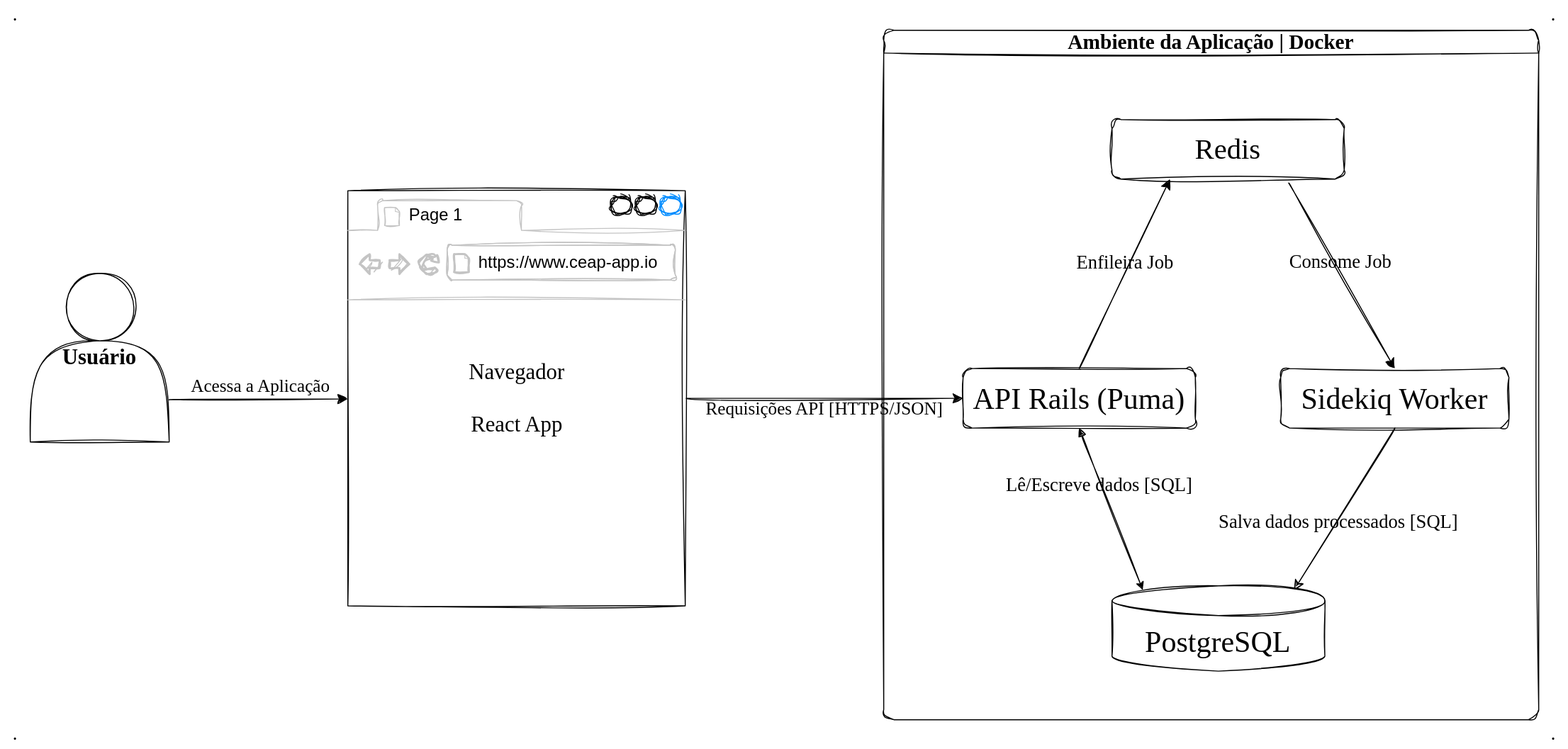
This is docs/images/architecture.svg from arnaldoaguiarp/ceap-app, a draw.io export, as it was before one commit. Source tidied: cells renumbered, new cells last; positions are measured from the earlier drawing's top-left corner, leaving out a move shared by most shapes.
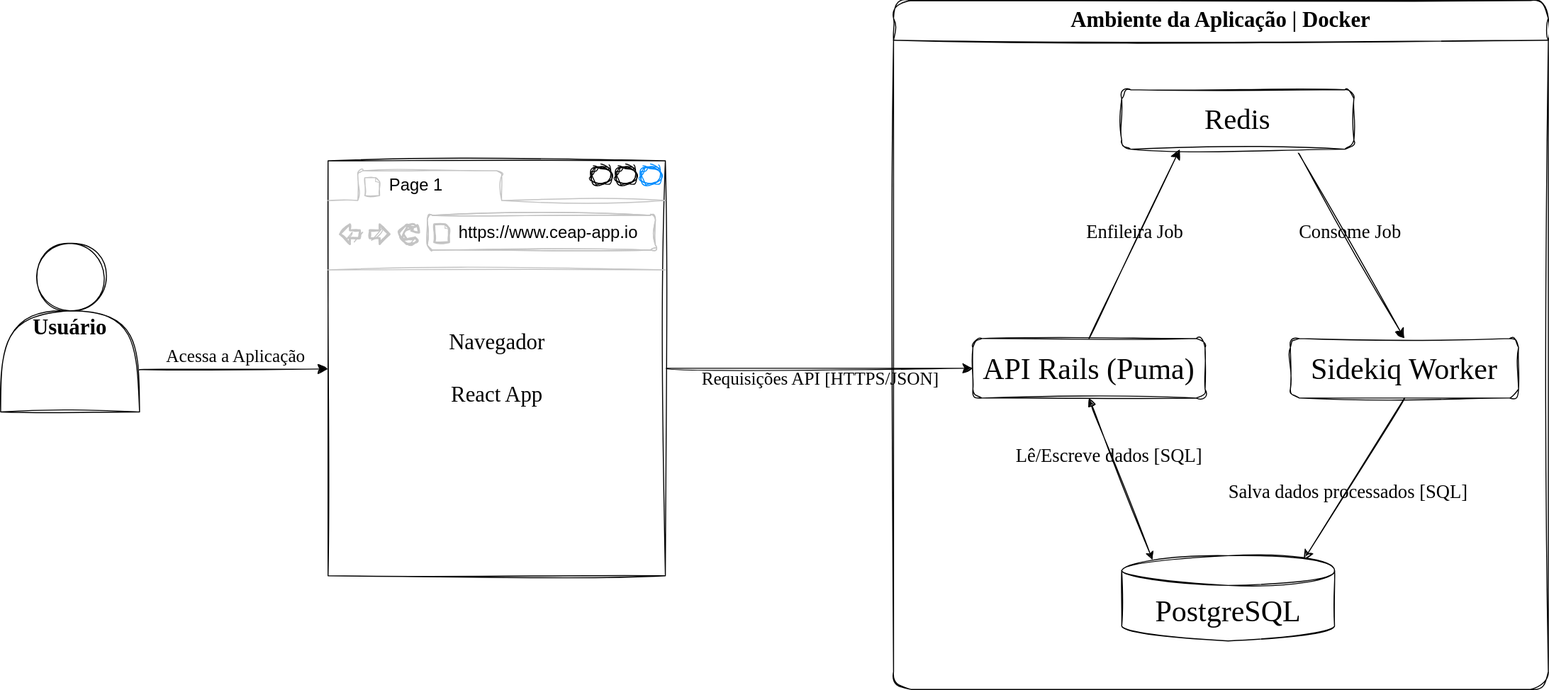
After the commit.

Change to the diagram source:
```diff
@@ -11,7 +11,7 @@
     <mxCell id="4" value="&#10;Salva dados processados [SQL]&#10;&#10;" style="edgeStyle=none;curved=1;rounded=1;jettySize=auto;html=1;entryX=0.855;entryY=0;entryDx=0;entryDy=4.35;entryPerimeter=0;fontSize=19;startSize=8;endSize=8;exitX=0.5;exitY=1;exitDx=0;exitDy=0;labelBackgroundColor=none;fontColor=default;sketch=1;curveFitting=1;jiggle=2;fontFamily=Architects Daughter;fontSource=https%3A%2F%2Ffonts.googleapis.com%2Fcss%3Ffamily%3DArchitects%2BDaughter;" parent="1" edge="1" source="2" target="6">
       <mxGeometry x="0.25" y="7" relative="1" as="geometry" />
     </mxCell>
-    <mxCell id="5" value="Ambiente da Aplicação | Docker" style="swimlane;whiteSpace=wrap;html=1;rounded=1;labelBackgroundColor=none;sketch=1;curveFitting=1;jiggle=2;fontSize=21;fontFamily=Architects Daughter;fontSource=https%3A%2F%2Ffonts.googleapis.com%2Fcss%3Ffamily%3DArchitects%2BDaughter;" parent="1" vertex="1">
+    <mxCell id="5" value="&lt;font style=&quot;font-size: 22px;&quot;&gt;Ambiente da Aplicação | Docker&lt;/font&gt;" style="swimlane;whiteSpace=wrap;html=1;rounded=1;labelBackgroundColor=none;sketch=1;curveFitting=1;jiggle=2;fontSize=21;fontFamily=Architects Daughter;fontSource=https%3A%2F%2Ffonts.googleapis.com%2Fcss%3Ffamily%3DArchitects%2BDaughter;startSize=40;" parent="1" vertex="1">
       <mxGeometry x="890" y="30" width="660" height="695" as="geometry" />
     </mxCell>
     <mxCell id="6" value="PostgreSQL" style="shape=cylinder3;whiteSpace=wrap;html=1;boundedLbl=1;backgroundOutline=1;size=15;rounded=1;labelBackgroundColor=none;sketch=1;curveFitting=1;jiggle=2;fontSize=30;fontFamily=Architects Daughter;fontSource=https%3A%2F%2Ffonts.googleapis.com%2Fcss%3Ffamily%3DArchitects%2BDaughter;" parent="5" vertex="1">
@@ -29,11 +29,8 @@
     <mxCell id="10" value="&#10;Enfileira Job&#10;&#10;" style="edgeStyle=none;curved=1;rounded=1;jettySize=auto;html=1;exitX=0.5;exitY=0;exitDx=0;exitDy=0;entryX=0.25;entryY=1;entryDx=0;entryDy=0;fontSize=19;startSize=8;endSize=8;labelBackgroundColor=none;fontColor=default;sketch=1;curveFitting=1;jiggle=2;fontFamily=Architects Daughter;fontSource=https%3A%2F%2Ffonts.googleapis.com%2Fcss%3Ffamily%3DArchitects%2BDaughter;" parent="5" edge="1" source="7" target="9">
       <mxGeometry relative="1" as="geometry" />
     </mxCell>
-    <mxCell id="11" value="." style="text;html=1;align=center;verticalAlign=middle;whiteSpace=wrap;rounded=1;fontFamily=Architects Daughter;fontSource=https%3A%2F%2Ffonts.googleapis.com%2Fcss%3Ffamily%3DArchitects%2BDaughter;labelBackgroundColor=none;sketch=1;curveFitting=1;jiggle=2;fontSize=19;" parent="1" vertex="1">
-      <mxGeometry x="1550" width="30" height="30" as="geometry" />
-    </mxCell>
     <mxCell id="12" value="&lt;font style=&quot;font-size: 22px;&quot;&gt;Usuário&lt;/font&gt;" style="shape=actor;whiteSpace=wrap;html=1;rounded=1;sketch=1;jiggle=2;curveFitting=1;strokeColor=default;align=center;verticalAlign=middle;fontFamily=Architects Daughter;fontSize=19;fontColor=default;fontStyle=1;labelBackgroundColor=none;fillColor=default;fontSource=https%3A%2F%2Ffonts.googleapis.com%2Fcss%3Ffamily%3DArchitects%2BDaughter;" parent="1" vertex="1">
-      <mxGeometry x="30" y="275" width="140" height="170" as="geometry" />
+      <mxGeometry x="-10" y="275" width="140" height="170" as="geometry" />
     </mxCell>
     <mxCell id="13" value="&lt;font style=&quot;font-size: 18px;&quot; face=&quot;Architects Daughter&quot;&gt;Acessa a Aplicação&amp;nbsp;&lt;/font&gt;" style="edgeStyle=none;curved=1;rounded=1;jettySize=auto;html=1;fontSize=12;startSize=8;endSize=8;labelBackgroundColor=none;fontColor=default;sketch=1;curveFitting=1;jiggle=2;exitX=1;exitY=0.75;exitDx=0;exitDy=0;" parent="1" edge="1" source="12" target="15">
       <mxGeometry x="0.03" y="13" relative="1" as="geometry">
@@ -44,7 +41,7 @@
       <mxGeometry relative="1" as="geometry" />
     </mxCell>
     <mxCell id="15" value="&lt;font style=&quot;font-size: 22px;&quot; face=&quot;Architects Daughter&quot;&gt;Navegador&lt;/font&gt;&lt;div&gt;&lt;font style=&quot;font-size: 22px;&quot; face=&quot;Architects Daughter&quot;&gt;&lt;br&gt;React App&lt;/font&gt;&lt;/div&gt;" style="strokeWidth=1;shadow=0;dashed=0;align=center;html=1;shape=mxgraph.mockup.containers.browserWindow;rSize=0;strokeColor2=#008cff;strokeColor3=#c4c4c4;mainText=,;rounded=1;labelBackgroundColor=none;sketch=1;curveFitting=1;jiggle=2;" parent="1" vertex="1">
-      <mxGeometry x="350" y="191.8" width="340" height="418.5" as="geometry" />
+      <mxGeometry x="320" y="191.8" width="340" height="418.5" as="geometry" />
     </mxCell>
     <mxCell id="16" value="Page 1" style="strokeWidth=1;shadow=0;dashed=0;align=center;html=1;shape=mxgraph.mockup.containers.anchor;fontSize=17;align=left;whiteSpace=wrap;rounded=1;labelBackgroundColor=none;sketch=1;curveFitting=1;jiggle=2;" parent="15" vertex="1">
       <mxGeometry x="60" y="12" width="110" height="26" as="geometry" />
@@ -52,14 +49,5 @@
     <mxCell id="17" value="https://www.ceap-app.io" style="strokeWidth=1;shadow=0;dashed=0;align=center;html=1;shape=mxgraph.mockup.containers.anchor;rSize=0;fontSize=17;align=left;rounded=1;labelBackgroundColor=none;sketch=1;curveFitting=1;jiggle=2;" parent="15" vertex="1">
       <mxGeometry x="130" y="60" width="250" height="26" as="geometry" />
     </mxCell>
-    <mxCell id="18" value="." style="text;html=1;align=center;verticalAlign=middle;whiteSpace=wrap;rounded=1;fontFamily=Architects Daughter;fontSource=https%3A%2F%2Ffonts.googleapis.com%2Fcss%3Ffamily%3DArchitects%2BDaughter;labelBackgroundColor=none;sketch=1;curveFitting=1;jiggle=2;fontSize=19;" parent="1" vertex="1">
-      <mxGeometry x="1550" y="725" width="30" height="30" as="geometry" />
-    </mxCell>
-    <mxCell id="19" value="." style="text;html=1;align=center;verticalAlign=middle;whiteSpace=wrap;rounded=1;fontFamily=Architects Daughter;fontSource=https%3A%2F%2Ffonts.googleapis.com%2Fcss%3Ffamily%3DArchitects%2BDaughter;labelBackgroundColor=none;sketch=1;curveFitting=1;jiggle=2;fontSize=19;" parent="1" vertex="1">
-      <mxGeometry y="725" width="30" height="30" as="geometry" />
-    </mxCell>
-    <mxCell id="20" value="." style="text;html=1;align=center;verticalAlign=middle;whiteSpace=wrap;rounded=1;fontFamily=Architects Daughter;fontSource=https%3A%2F%2Ffonts.googleapis.com%2Fcss%3Ffamily%3DArchitects%2BDaughter;labelBackgroundColor=none;sketch=1;curveFitting=1;jiggle=2;fontSize=19;arcSize=0;" parent="1" vertex="1">
-      <mxGeometry width="30" height="30" as="geometry" />
-    </mxCell>
   </root>
 </mxGraphModel>
```
